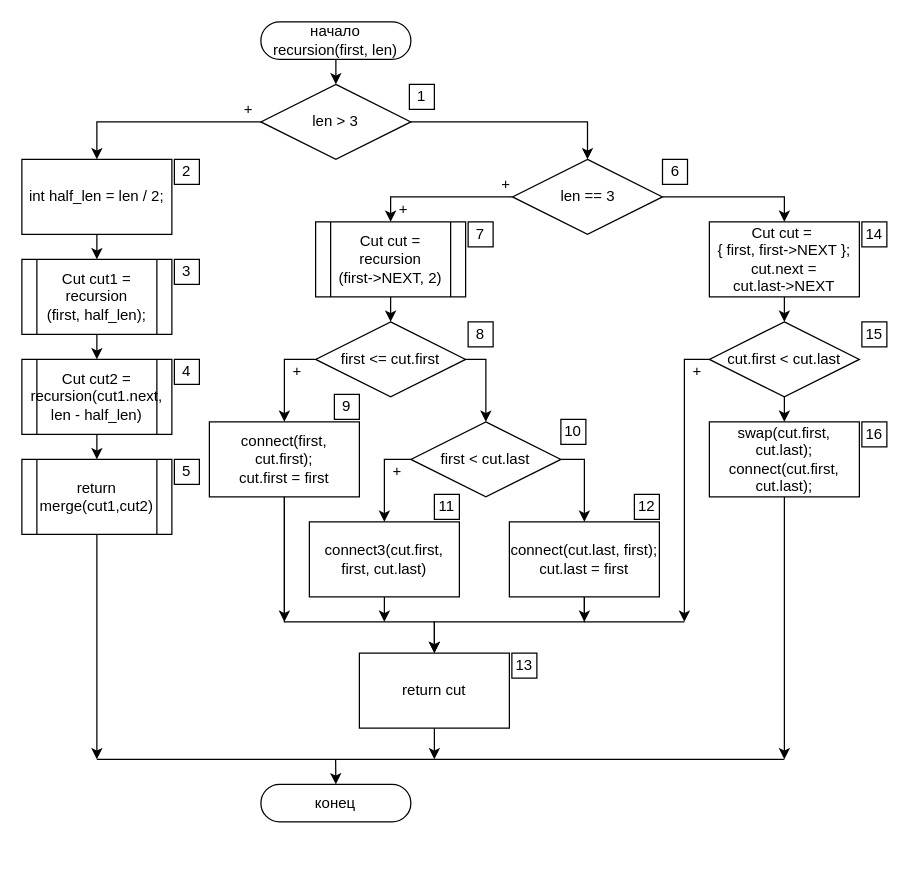
Killfrra/AnP keeps this draw.io diagram as ПЗ/Diagrams/recursion.drawio. Above is the earlier version. Source tidied: cells renumbered, new cells numbered last; positions are measured from the earlier drawing's top-left corner, leaving out a move shared by most shapes. Both pictures are drawn from the tidied source at 125%, with x=0, y=0 at pixel (21, 21).
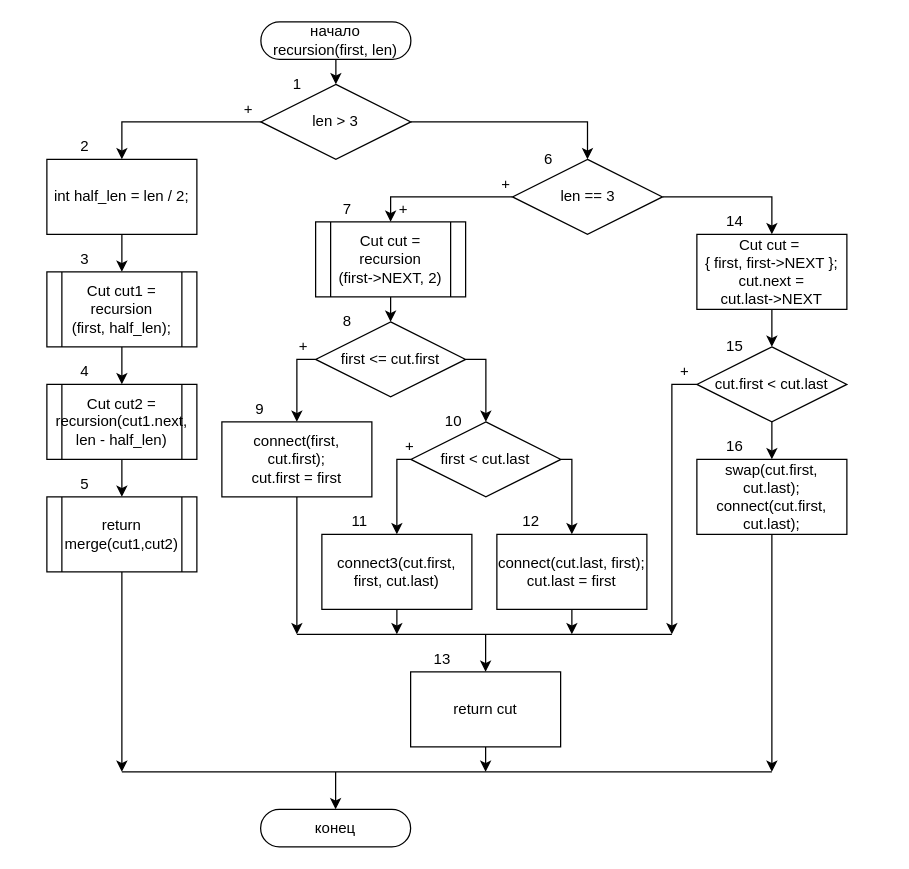
Above is the later version.

Unchanged cells that the change refers to:
```xml
<mxCell id="14" value="&lt;font style=&quot;font-size: 12px&quot;&gt;first &amp;lt;= cut.first&lt;/font&gt;" style="rhombus;whiteSpace=wrap;html=1;rounded=0;" parent="1" vertex="1">
  <mxGeometry x="235" y="240" width="120" height="60" as="geometry" />
</mxCell>
<mxCell id="18" value="first &amp;lt; cut.last" style="rhombus;whiteSpace=wrap;html=1;rounded=0;" parent="1" vertex="1">
  <mxGeometry x="311.2" y="320" width="120" height="60" as="geometry" />
</mxCell>
```

What changed in the source:
```diff
@@
     <mxCell id="3" value="конец" style="rounded=1;whiteSpace=wrap;html=1;arcSize=50;" parent="1" vertex="1">
-      <mxGeometry x="191.2" y="610" width="120" height="30" as="geometry" />
+      <mxGeometry x="191" y="630" width="120" height="30" as="geometry" />
     </mxCell>
@@
     <mxCell id="6" style="edgeStyle=orthogonalEdgeStyle;rounded=0;jettySize=auto;html=1;exitX=0.5;exitY=1;exitDx=0;exitDy=0;endSize=6;" parent="1" edge="1" source="7">
       <mxGeometry relative="1" as="geometry">
-        <mxPoint x="60" y="590" as="targetPoint" />
+        <mxPoint x="80" y="600" as="targetPoint" />
       </mxGeometry>
     </mxCell>
     <mxCell id="7" value="return&lt;br&gt;merge(cut1,cut2)" style="shape=process;whiteSpace=wrap;html=1;backgroundOutline=1;fontFamily=Helvetica;fontSize=12;fontColor=#000000;align=center;strokeColor=#000000;fillColor=#ffffff;" parent="1" vertex="1">
-      <mxGeometry y="350" width="120" height="60" as="geometry" />
+      <mxGeometry x="20" y="380" width="120" height="60" as="geometry" />
     </mxCell>
@@
     <mxCell id="9" value="Cut cut2 = recursion(cut1.next, len - half_len)" style="shape=process;whiteSpace=wrap;html=1;backgroundOutline=1;fontFamily=Helvetica;fontSize=12;fontColor=#000000;align=center;strokeColor=#000000;fillColor=#ffffff;" parent="1" vertex="1">
-      <mxGeometry y="270" width="120" height="60" as="geometry" />
+      <mxGeometry x="20" y="290" width="120" height="60" as="geometry" />
     </mxCell>
@@
-    <mxCell id="12" style="edgeStyle=orthogonalEdgeStyle;rounded=0;jettySize=auto;html=1;exitX=0.5;exitY=1;exitDx=0;exitDy=0;endSize=6;" parent="1" edge="1" source="13">
-      <mxGeometry relative="1" as="geometry">
-        <mxPoint x="330" y="590" as="targetPoint" />
-      </mxGeometry>
-    </mxCell>
+    <mxCell id="70" style="edgeStyle=orthogonalEdgeStyle;rounded=0;jettySize=auto;html=1;exitX=0.5;exitY=1;exitDx=0;exitDy=0;" parent="1" edge="1" source="13">
+      <mxGeometry relative="1" as="geometry">
+        <mxPoint x="371" y="600" as="targetPoint" />
+      </mxGeometry>
+    </mxCell>
     <mxCell id="13" value="return cut" style="rounded=0;whiteSpace=wrap;html=1;" parent="1" vertex="1">
-      <mxGeometry x="270" y="505" width="120" height="60" as="geometry" />
+      <mxGeometry x="311" y="520" width="120" height="60" as="geometry" />
     </mxCell>
@@
-    <mxCell id="15" style="edgeStyle=orthogonalEdgeStyle;rounded=0;jettySize=auto;html=1;exitX=0.5;exitY=1;exitDx=0;exitDy=0;entryX=0.5;entryY=0;entryDx=0;entryDy=0;endSize=6;" parent="1" edge="1" source="17" target="13">
-      <mxGeometry relative="1" as="geometry">
-        <Array as="points">
-          <mxPoint x="210" y="480" />
-          <mxPoint x="330" y="480" />
-        </Array>
-      </mxGeometry>
-    </mxCell>
     <mxCell id="16" style="edgeStyle=orthogonalEdgeStyle;rounded=0;jettySize=auto;html=1;exitX=0.5;exitY=1;exitDx=0;exitDy=0;endSize=6;" parent="1" edge="1" source="17">
       <mxGeometry relative="1" as="geometry">
-        <mxPoint x="210" y="480" as="targetPoint" />
+        <mxPoint x="220" y="490" as="targetPoint" />
       </mxGeometry>
     </mxCell>
     <mxCell id="17" value="connect(first, cut.first);&lt;br&gt;cut.first = first" style="rounded=0;whiteSpace=wrap;html=1;" parent="1" vertex="1">
-      <mxGeometry x="150" y="320" width="120" height="60" as="geometry" />
+      <mxGeometry x="160" y="320" width="120" height="60" as="geometry" />
     </mxCell>
@@
     <mxCell id="19" style="edgeStyle=orthogonalEdgeStyle;rounded=0;jettySize=auto;html=1;exitX=0.5;exitY=1;exitDx=0;exitDy=0;endSize=6;" parent="1" edge="1" source="20">
       <mxGeometry relative="1" as="geometry">
-        <mxPoint x="290" y="480" as="targetPoint" />
+        <mxPoint x="300" y="490" as="targetPoint" />
       </mxGeometry>
     </mxCell>
     <mxCell id="20" value="connect3(cut.first, first, cut.last)" style="rounded=0;whiteSpace=wrap;html=1;" parent="1" vertex="1">
-      <mxGeometry x="230" y="400" width="120" height="60" as="geometry" />
+      <mxGeometry x="240" y="410" width="120" height="60" as="geometry" />
     </mxCell>
-    <mxCell id="21" style="edgeStyle=orthogonalEdgeStyle;rounded=0;jettySize=auto;html=1;exitX=0.5;exitY=1;exitDx=0;exitDy=0;entryX=0.5;entryY=0;entryDx=0;entryDy=0;endSize=6;" parent="1" edge="1" source="23" target="13">
+    <mxCell id="21" style="edgeStyle=orthogonalEdgeStyle;rounded=0;jettySize=auto;html=1;entryX=0.5;entryY=0;entryDx=0;entryDy=0;endSize=6;" parent="1" edge="1" target="13">
       <mxGeometry relative="1" as="geometry">
+        <mxPoint x="371" y="490" as="sourcePoint" />
         <Array as="points">
-          <mxPoint x="450" y="480" />
-          <mxPoint x="330" y="480" />
+          <mxPoint x="371" y="500" />
+          <mxPoint x="371" y="500" />
         </Array>
       </mxGeometry>
     </mxCell>
     <mxCell id="22" style="edgeStyle=orthogonalEdgeStyle;rounded=0;jettySize=auto;html=1;exitX=0.5;exitY=1;exitDx=0;exitDy=0;endSize=6;" parent="1" edge="1" source="23">
       <mxGeometry relative="1" as="geometry">
-        <mxPoint x="450" y="480" as="targetPoint" />
+        <mxPoint x="440" y="490" as="targetPoint" />
+        <Array as="points">
+          <mxPoint x="440" y="480" />
+          <mxPoint x="440" y="480" />
+        </Array>
       </mxGeometry>
     </mxCell>
     <mxCell id="23" value="connect(cut.last, first);&lt;br&gt;cut.last = first" style="rounded=0;whiteSpace=wrap;html=1;" parent="1" vertex="1">
-      <mxGeometry x="390" y="400" width="120" height="60" as="geometry" />
+      <mxGeometry x="380" y="410" width="120" height="60" as="geometry" />
     </mxCell>
     <mxCell id="24" style="edgeStyle=orthogonalEdgeStyle;rounded=0;jettySize=auto;html=1;exitX=0;exitY=0.5;exitDx=0;exitDy=0;entryX=0.5;entryY=0;entryDx=0;entryDy=0;" parent="1" edge="1" source="18" target="20">
       <mxGeometry relative="1" as="geometry">
         <Array as="points">
-          <mxPoint x="290" y="350" />
-          <mxPoint x="290" y="400" />
+          <mxPoint x="300" y="350" />
         </Array>
       </mxGeometry>
     </mxCell>
     <mxCell id="25" style="edgeStyle=orthogonalEdgeStyle;rounded=0;jettySize=auto;html=1;exitX=1;exitY=0.5;exitDx=0;exitDy=0;entryX=0.5;entryY=0;entryDx=0;entryDy=0;" parent="1" edge="1" source="18" target="23">
       <mxGeometry relative="1" as="geometry">
         <Array as="points">
-          <mxPoint x="450" y="350" />
-          <mxPoint x="450" y="400" />
+          <mxPoint x="440" y="350" />
         </Array>
       </mxGeometry>
     </mxCell>
     <mxCell id="26" style="edgeStyle=orthogonalEdgeStyle;rounded=0;jettySize=auto;html=1;exitX=0;exitY=0.5;exitDx=0;exitDy=0;entryX=0.5;entryY=0;entryDx=0;entryDy=0;" parent="1" edge="1" source="14" target="17">
       <mxGeometry relative="1" as="geometry">
         <Array as="points">
-          <mxPoint x="210" y="270" />
+          <mxPoint x="220" y="270" />
         </Array>
       </mxGeometry>
     </mxCell>
@@
     <mxCell id="30" style="edgeStyle=orthogonalEdgeStyle;rounded=0;jettySize=auto;html=1;exitX=0;exitY=0.5;exitDx=0;exitDy=0;endSize=6;" parent="1" edge="1" source="32">
       <mxGeometry relative="1" as="geometry">
-        <mxPoint x="530" y="480" as="targetPoint" />
+        <mxPoint x="520" y="490" as="targetPoint" />
+        <Array as="points">
+          <mxPoint x="520" y="290" />
+        </Array>
       </mxGeometry>
     </mxCell>
@@
     <mxCell id="32" value="cut.first &amp;lt; cut.last" style="rhombus;whiteSpace=wrap;html=1;rounded=0;" parent="1" vertex="1">
-      <mxGeometry x="550" y="240" width="120" height="60" as="geometry" />
+      <mxGeometry x="540" y="260" width="120" height="60" as="geometry" />
     </mxCell>
     <mxCell id="33" style="edgeStyle=orthogonalEdgeStyle;rounded=0;jettySize=auto;html=1;exitX=0.5;exitY=1;exitDx=0;exitDy=0;endSize=6;" parent="1" edge="1" source="34">
       <mxGeometry relative="1" as="geometry">
-        <mxPoint x="610" y="590" as="targetPoint" />
+        <mxPoint x="600" y="600" as="targetPoint" />
+        <Array as="points">
+          <mxPoint x="600" y="590" />
+          <mxPoint x="600" y="590" />
+        </Array>
       </mxGeometry>
     </mxCell>
     <mxCell id="34" value="swap(cut.first, cut.last);&lt;br&gt;connect(cut.first, cut.last);" style="rounded=0;whiteSpace=wrap;html=1;" parent="1" vertex="1">
-      <mxGeometry x="550" y="320" width="120" height="60" as="geometry" />
+      <mxGeometry x="540" y="350" width="120" height="60" as="geometry" />
     </mxCell>
@@
     <mxCell id="36" value="Cut cut =&amp;nbsp;&lt;br&gt;{ first, first-&amp;gt;NEXT };&lt;br&gt;cut.next =&lt;br&gt;cut.last-&amp;gt;NEXT" style="rounded=0;whiteSpace=wrap;html=1;" parent="1" vertex="1">
-      <mxGeometry x="550" y="160" width="120" height="60" as="geometry" />
+      <mxGeometry x="540" y="170" width="120" height="60" as="geometry" />
     </mxCell>
@@
     <mxCell id="41" style="endArrow=none;html=1;" parent="1" edge="1">
       <mxGeometry relative="1" as="geometry">
-        <mxPoint x="450" y="480" as="sourcePoint" />
-        <mxPoint x="530" y="480" as="targetPoint" />
+        <mxPoint x="220" y="490" as="sourcePoint" />
+        <mxPoint x="520" y="490" as="targetPoint" />
       </mxGeometry>
     </mxCell>
     <mxCell id="42" style="endArrow=none;html=1;" parent="1" edge="1">
       <mxGeometry relative="1" as="geometry">
-        <mxPoint x="60" y="590" as="sourcePoint" />
-        <mxPoint x="610" y="590" as="targetPoint" />
+        <mxPoint x="80" y="600" as="sourcePoint" />
+        <mxPoint x="600" y="600" as="targetPoint" />
       </mxGeometry>
     </mxCell>
-    <mxCell id="43" style="endArrow=classic;html=1;entryX=0.5;entryY=0;entryDx=0;entryDy=0;" parent="1" edge="1" target="3">
-      <mxGeometry relative="1" as="geometry">
-        <mxPoint x="251" y="590" as="sourcePoint" />
-      </mxGeometry>
-    </mxCell>
@@
     <mxCell id="45" value="&lt;span&gt;int half_len = len / 2;&lt;/span&gt;" style="rounded=0;whiteSpace=wrap;html=1;" parent="1" vertex="1">
-      <mxGeometry y="110" width="120" height="60" as="geometry" />
+      <mxGeometry x="20" y="110" width="120" height="60" as="geometry" />
     </mxCell>
@@
     <mxCell id="47" value="Cut cut1 = recursion&lt;br&gt;(first, half_len);" style="shape=process;whiteSpace=wrap;html=1;backgroundOutline=1;fontFamily=Helvetica;fontSize=12;fontColor=#000000;align=center;strokeColor=#000000;fillColor=#ffffff;" parent="1" vertex="1">
-      <mxGeometry y="190" width="120" height="60" as="geometry" />
+      <mxGeometry x="20" y="200" width="120" height="60" as="geometry" />
     </mxCell>
-    <mxCell id="48" value="1" style="whiteSpace=wrap;html=1;" parent="1" vertex="1">
-      <mxGeometry x="310" y="50" width="20" height="20" as="geometry" />
-    </mxCell>
-    <mxCell id="49" value="2" style="whiteSpace=wrap;html=1;" parent="1" vertex="1">
-      <mxGeometry x="122" y="110" width="20" height="20" as="geometry" />
-    </mxCell>
-    <mxCell id="50" value="3" style="whiteSpace=wrap;html=1;" parent="1" vertex="1">
-      <mxGeometry x="122" y="190" width="20" height="20" as="geometry" />
-    </mxCell>
-    <mxCell id="51" value="4" style="whiteSpace=wrap;html=1;" parent="1" vertex="1">
-      <mxGeometry x="122" y="270" width="20" height="20" as="geometry" />
-    </mxCell>
-    <mxCell id="52" value="5" style="whiteSpace=wrap;html=1;" parent="1" vertex="1">
-      <mxGeometry x="122" y="350" width="20" height="20" as="geometry" />
-    </mxCell>
-    <mxCell id="53" value="7" style="whiteSpace=wrap;html=1;" parent="1" vertex="1">
-      <mxGeometry x="357" y="160" width="20" height="20" as="geometry" />
-    </mxCell>
-    <mxCell id="54" value="14" style="whiteSpace=wrap;html=1;" parent="1" vertex="1">
-      <mxGeometry x="672" y="160" width="20" height="20" as="geometry" />
-    </mxCell>
-    <mxCell id="55" value="6" style="whiteSpace=wrap;html=1;" parent="1" vertex="1">
-      <mxGeometry x="512.5" y="110" width="20" height="20" as="geometry" />
-    </mxCell>
-    <mxCell id="56" value="15" style="whiteSpace=wrap;html=1;" parent="1" vertex="1">
-      <mxGeometry x="672" y="240" width="20" height="20" as="geometry" />
-    </mxCell>
-    <mxCell id="57" value="16" style="whiteSpace=wrap;html=1;" parent="1" vertex="1">
-      <mxGeometry x="672" y="320" width="20" height="20" as="geometry" />
-    </mxCell>
-    <mxCell id="58" value="12" style="whiteSpace=wrap;html=1;" parent="1" vertex="1">
-      <mxGeometry x="490" y="378" width="20" height="20" as="geometry" />
-    </mxCell>
-    <mxCell id="59" value="11" style="whiteSpace=wrap;html=1;" parent="1" vertex="1">
-      <mxGeometry x="330" y="378" width="20" height="20" as="geometry" />
-    </mxCell>
-    <mxCell id="60" value="9" style="whiteSpace=wrap;html=1;" parent="1" vertex="1">
-      <mxGeometry x="250" y="298" width="20" height="20" as="geometry" />
-    </mxCell>
-    <mxCell id="61" value="8" style="whiteSpace=wrap;html=1;" parent="1" vertex="1">
-      <mxGeometry x="357" y="240" width="20" height="20" as="geometry" />
-    </mxCell>
-    <mxCell id="62" value="13" style="whiteSpace=wrap;html=1;" parent="1" vertex="1">
-      <mxGeometry x="392" y="505" width="20" height="20" as="geometry" />
-    </mxCell>
@@
     <mxCell id="65" value="+" style="text;html=1;align=center;verticalAlign=middle;" parent="1" vertex="1">
-      <mxGeometry x="210" y="270" width="20" height="20" as="geometry" />
+      <mxGeometry x="215" y="250" width="20" height="20" as="geometry" />
     </mxCell>
     <mxCell id="66" value="+" style="text;html=1;align=center;verticalAlign=middle;" parent="1" vertex="1">
-      <mxGeometry x="290" y="350" width="20" height="20" as="geometry" />
+      <mxGeometry x="300" y="330" width="20" height="20" as="geometry" />
     </mxCell>
     <mxCell id="67" value="+" style="text;html=1;align=center;verticalAlign=middle;" parent="1" vertex="1">
-      <mxGeometry x="530" y="270" width="20" height="20" as="geometry" />
+      <mxGeometry x="520" y="270" width="20" height="20" as="geometry" />
     </mxCell>
@@
+    <mxCell id="71" style="edgeStyle=orthogonalEdgeStyle;rounded=0;jettySize=auto;html=1;entryX=0.5;entryY=0;entryDx=0;entryDy=0;" parent="1" edge="1" target="3">
+      <mxGeometry relative="1" as="geometry">
+        <mxPoint x="251" y="600" as="sourcePoint" />
+      </mxGeometry>
+    </mxCell>
+    <mxCell id="62" value="13" style="text;html=1;align=center;verticalAlign=middle;" parent="1" vertex="1">
+      <mxGeometry x="321" y="500" width="30" height="20" as="geometry" />
+    </mxCell>
+    <mxCell id="48" value="1" style="text;html=1;align=center;verticalAlign=middle;" parent="1" vertex="1">
+      <mxGeometry x="210" y="40" width="20" height="20" as="geometry" />
+    </mxCell>
+    <mxCell id="55" value="6" style="text;html=1;align=center;verticalAlign=middle;" parent="1" vertex="1">
+      <mxGeometry x="411" y="100" width="20" height="20" as="geometry" />
+    </mxCell>
+    <mxCell id="53" value="7" style="text;html=1;align=center;verticalAlign=middle;" parent="1" vertex="1">
+      <mxGeometry x="250" y="140" width="20" height="20" as="geometry" />
+    </mxCell>
+    <mxCell id="49" value="2" style="text;html=1;align=center;verticalAlign=middle;" parent="1" vertex="1">
+      <mxGeometry x="40" y="90" width="20" height="20" as="geometry" />
+    </mxCell>
+    <mxCell id="50" value="3" style="text;html=1;align=center;verticalAlign=middle;" parent="1" vertex="1">
+      <mxGeometry x="40" y="180" width="20" height="20" as="geometry" />
+    </mxCell>
+    <mxCell id="51" value="4" style="text;html=1;align=center;verticalAlign=middle;" parent="1" vertex="1">
+      <mxGeometry x="40" y="270" width="20" height="20" as="geometry" />
+    </mxCell>
+    <mxCell id="52" value="5" style="text;html=1;align=center;verticalAlign=middle;" parent="1" vertex="1">
+      <mxGeometry x="40" y="360" width="20" height="20" as="geometry" />
+    </mxCell>
+    <mxCell id="60" value="9" style="text;html=1;align=center;verticalAlign=middle;" parent="1" vertex="1">
+      <mxGeometry x="180" y="300" width="20" height="20" as="geometry" />
+    </mxCell>
+    <mxCell id="61" value="8" style="text;html=1;align=center;verticalAlign=middle;" parent="1" vertex="1">
+      <mxGeometry x="250" y="230" width="20" height="20" as="geometry" />
+    </mxCell>
-    <mxCell id="69" value="10" style="whiteSpace=wrap;html=1;" parent="1" vertex="1">
-      <mxGeometry x="431.2" y="318" width="20" height="20" as="geometry" />
+    <mxCell id="69" value="10" style="text;html=1;align=center;verticalAlign=middle;" parent="1" vertex="1">
+      <mxGeometry x="330" y="310" width="30" height="20" as="geometry" />
     </mxCell>
+    <mxCell id="56" value="15" style="text;html=1;align=center;verticalAlign=middle;" parent="1" vertex="1">
+      <mxGeometry x="555" y="250" width="30" height="20" as="geometry" />
+    </mxCell>
+    <mxCell id="54" value="14" style="text;html=1;align=center;verticalAlign=middle;" parent="1" vertex="1">
+      <mxGeometry x="555" y="150" width="30" height="20" as="geometry" />
+    </mxCell>
+    <mxCell id="57" value="16" style="text;html=1;align=center;verticalAlign=middle;" parent="1" vertex="1">
+      <mxGeometry x="555" y="330" width="30" height="20" as="geometry" />
+    </mxCell>
+    <mxCell id="59" value="11" style="text;html=1;align=center;verticalAlign=middle;" parent="1" vertex="1">
+      <mxGeometry x="255" y="390" width="30" height="20" as="geometry" />
+    </mxCell>
+    <mxCell id="58" value="12" style="text;html=1;align=center;verticalAlign=middle;" parent="1" vertex="1">
+      <mxGeometry x="392" y="390" width="30" height="20" as="geometry" />
+    </mxCell>
```
